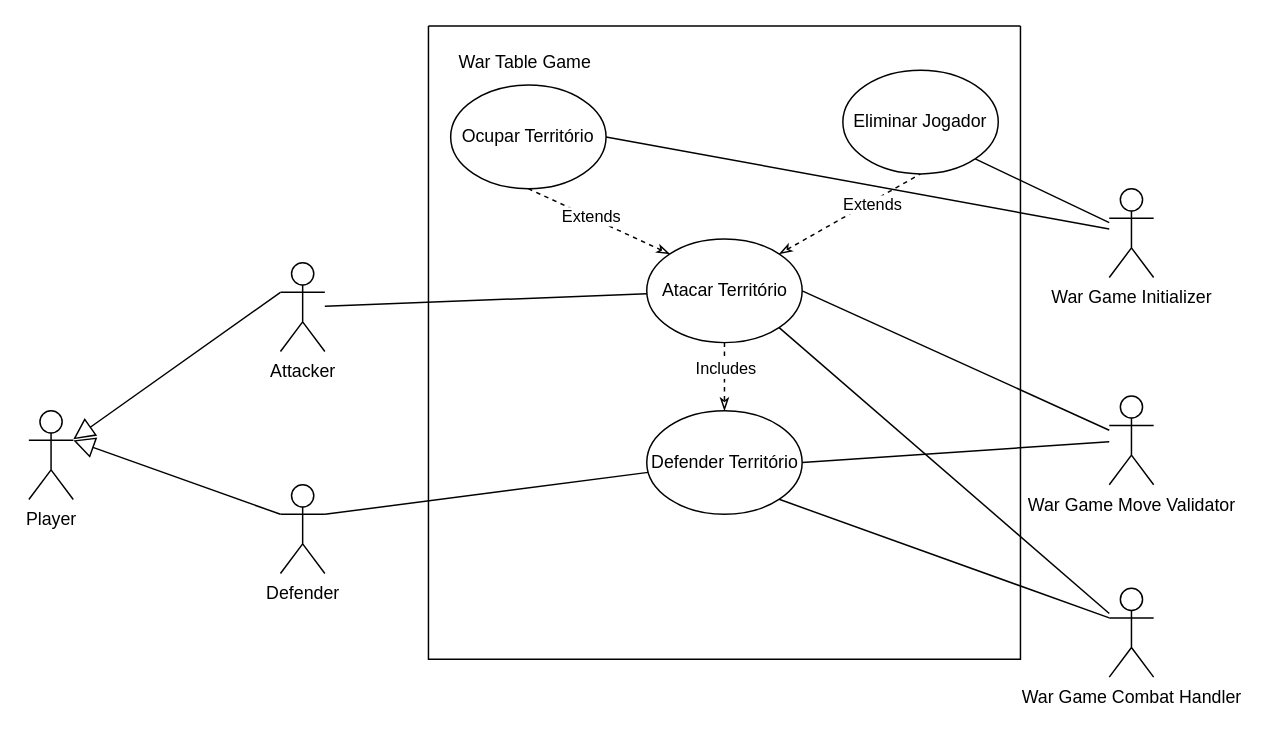
This is use_case_digram_territory_confront.drawio from Gil32610/use-case-digram-territory-confront, a draw.io file, before an edit. Source tidied: cells renumbered, new cells numbered last; positions are measured from the earlier drawing's top-left corner, leaving out a move shared by most shapes. Both pictures are drawn from the tidied source at 148%, with x=0, y=0 at pixel (28, 25).
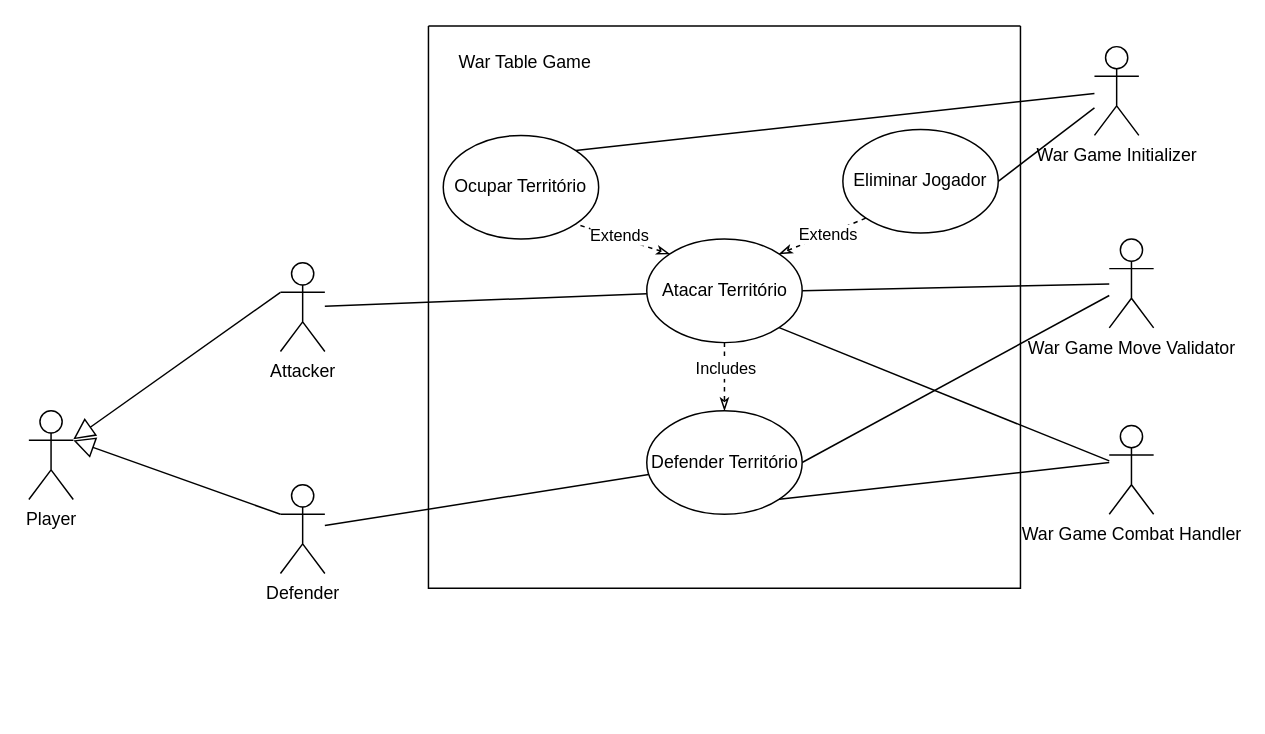
Above is the later version.

Commit message:
fromatting use case diagram

Unchanged cells that the change refers to:
```xml
<mxCell id="16" value="Atacar Território" style="ellipse;whiteSpace=wrap;html=1;" parent="9" vertex="1">
  <mxGeometry x="147.5" y="144" width="105" height="70" as="geometry" />
</mxCell>
<mxCell id="20" value="Defender Território" style="ellipse;whiteSpace=wrap;html=1;" parent="9" vertex="1">
  <mxGeometry x="147.5" y="260" width="105" height="70" as="geometry" />
</mxCell>
<mxCell id="23" value="Defender" style="shape=umlActor;verticalLabelPosition=bottom;verticalAlign=top;html=1;outlineConnect=0;" parent="1" vertex="1">
  <mxGeometry x="170" y="310" width="30" height="60" as="geometry" />
</mxCell>
```

Change to the diagram source:
```diff
@@
+    <mxCell id="24" style="rounded=0;jettySize=auto;html=1;entryX=1;entryY=0;entryDx=0;entryDy=0;endArrow=none;endFill=0;" parent="1" edge="1" source="26" target="17">
+      <mxGeometry relative="1" as="geometry" />
+    </mxCell>
@@
     <mxCell id="7" value="&lt;div&gt;War Game Move Validator&lt;/div&gt;" style="shape=umlActor;verticalLabelPosition=bottom;verticalAlign=top;html=1;outlineConnect=0;" parent="1" vertex="1">
-      <mxGeometry x="730" y="250" width="30" height="60" as="geometry" />
+      <mxGeometry x="730" y="144" width="30" height="60" as="geometry" />
     </mxCell>
@@
     <mxCell id="9" style="swimlane;startSize=0;" parent="1" vertex="1">
-      <mxGeometry x="270" width="400" height="428" as="geometry" />
+      <mxGeometry x="270" width="400" height="380" as="geometry" />
     </mxCell>
-    <mxCell id="10" style="rounded=0;jettySize=auto;html=1;exitX=0;exitY=0;exitDx=0;exitDy=0;entryX=0.5;entryY=1;entryDx=0;entryDy=0;dashed=1;endArrow=none;endFill=0;startArrow=classicThin;startFill=0;" parent="9" edge="1" source="16" target="17">
+    <mxCell id="10" style="rounded=0;jettySize=auto;html=1;exitX=0;exitY=0;exitDx=0;exitDy=0;entryX=1;entryY=1;entryDx=0;entryDy=0;dashed=1;endArrow=none;endFill=0;startArrow=classicThin;startFill=0;" parent="9" edge="1" source="16" target="17">
       <mxGeometry relative="1" as="geometry" />
     </mxCell>
@@
-    <mxCell id="12" style="rounded=0;jettySize=auto;html=1;exitX=1;exitY=0;exitDx=0;exitDy=0;endArrow=none;endFill=0;dashed=1;startArrow=classicThin;startFill=0;entryX=0.5;entryY=1;entryDx=0;entryDy=0;" parent="9" edge="1" source="16" target="18">
+    <mxCell id="12" style="rounded=0;jettySize=auto;html=1;exitX=1;exitY=0;exitDx=0;exitDy=0;endArrow=none;endFill=0;dashed=1;startArrow=classicThin;startFill=0;entryX=0;entryY=1;entryDx=0;entryDy=0;" parent="9" edge="1" source="16" target="18">
       <mxGeometry relative="1" as="geometry" />
     </mxCell>
     <mxCell id="13" value="Extends" style="edgeLabel;html=1;align=center;verticalAlign=middle;" parent="12" vertex="1">
       <mxGeometry x="-0.02" y="-2" relative="1" as="geometry">
-        <mxPoint x="15" y="-9" as="offset" />
+        <mxPoint x="3" y="-4" as="offset" />
       </mxGeometry>
     </mxCell>
@@
     <mxCell id="17" value="Ocupar Território" style="ellipse;whiteSpace=wrap;html=1;" parent="9" vertex="1">
-      <mxGeometry x="15" y="40" width="105" height="70" as="geometry" />
+      <mxGeometry x="10" y="74" width="105" height="70" as="geometry" />
     </mxCell>
-    <mxCell id="18" value="Eliminar Jogador" style="ellipse;whiteSpace=wrap;html=1;" parent="9" vertex="1">
-      <mxGeometry x="280" y="30" width="105" height="70" as="geometry" />
-    </mxCell>
@@
+    <mxCell id="18" value="Eliminar Jogador" style="ellipse;whiteSpace=wrap;html=1;" parent="9" vertex="1">
+      <mxGeometry x="280" y="70" width="105" height="70" as="geometry" />
+    </mxCell>
@@
-    <mxCell id="22" style="rounded=0;jettySize=auto;html=1;exitX=1;exitY=0.3333333333333333;exitDx=0;exitDy=0;exitPerimeter=0;endArrow=none;endFill=0;" parent="1" edge="1" source="23" target="20">
+    <mxCell id="22" style="rounded=0;jettySize=auto;html=1;endArrow=none;endFill=0;" parent="1" edge="1" source="23" target="20">
       <mxGeometry relative="1" as="geometry" />
     </mxCell>
@@
-    <mxCell id="24" style="rounded=0;jettySize=auto;html=1;entryX=1;entryY=0.5;entryDx=0;entryDy=0;endArrow=none;endFill=0;" parent="1" edge="1" source="26" target="17">
-      <mxGeometry relative="1" as="geometry" />
-    </mxCell>
-    <mxCell id="25" style="rounded=0;jettySize=auto;html=1;entryX=1;entryY=1;entryDx=0;entryDy=0;endArrow=none;endFill=0;" parent="1" edge="1" source="26" target="18">
+    <mxCell id="25" style="rounded=0;jettySize=auto;html=1;entryX=1;entryY=0.5;entryDx=0;entryDy=0;endArrow=none;endFill=0;" parent="1" edge="1" source="26" target="18">
       <mxGeometry relative="1" as="geometry" />
     </mxCell>
     <mxCell id="26" value="War Game Initializer" style="shape=umlActor;verticalLabelPosition=bottom;verticalAlign=top;html=1;outlineConnect=0;" parent="1" vertex="1">
-      <mxGeometry x="730" y="110" width="30" height="60" as="geometry" />
+      <mxGeometry x="720" y="14" width="30" height="60" as="geometry" />
     </mxCell>
@@
-    <mxCell id="28" style="rounded=0;jettySize=auto;html=1;exitX=0;exitY=0.3333333333333333;exitDx=0;exitDy=0;exitPerimeter=0;entryX=1;entryY=1;entryDx=0;entryDy=0;endArrow=none;endFill=0;" parent="1" edge="1" source="29" target="20">
-      <mxGeometry relative="1" as="geometry" />
+    <mxCell id="28" style="rounded=0;jettySize=auto;html=1;entryX=1;entryY=1;entryDx=0;entryDy=0;endArrow=none;endFill=0;" parent="1" edge="1" target="20">
+      <mxGeometry relative="1" as="geometry">
+        <mxPoint x="730" y="295" as="sourcePoint" />
+      </mxGeometry>
     </mxCell>
     <mxCell id="29" value="War Game Combat Handler" style="shape=umlActor;verticalLabelPosition=bottom;verticalAlign=top;html=1;outlineConnect=0;" parent="1" vertex="1">
-      <mxGeometry x="730" y="380" width="30" height="60" as="geometry" />
+      <mxGeometry x="730" y="270" width="30" height="60" as="geometry" />
     </mxCell>
```
